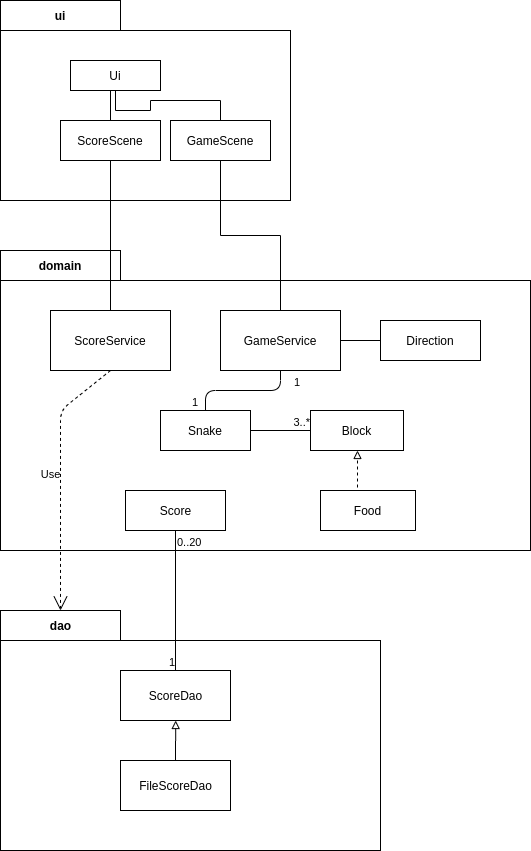
Above: dokumentaatio/kuvat/package.png in anadis504/ot-harjoitustyo (draw.io), before the change. Source tidied: cells renumbered, new cells last; positions are measured from the earlier drawing's top-left corner, leaving out a move shared by most shapes.
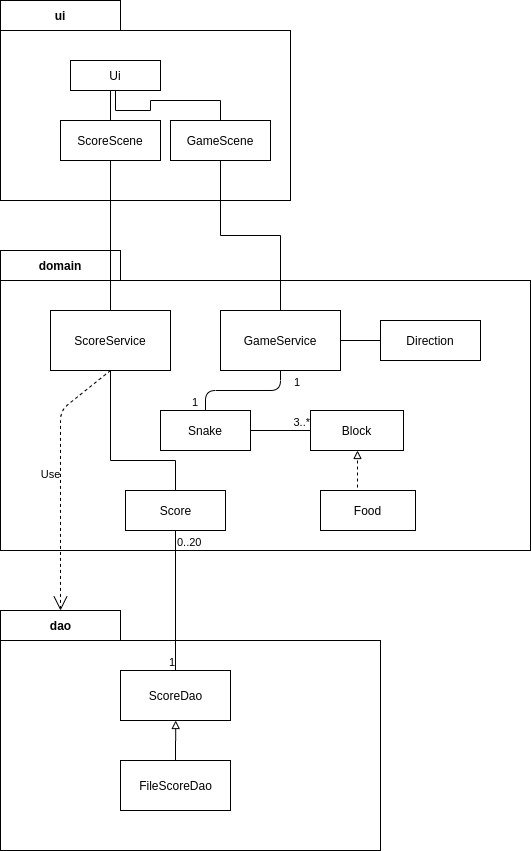
Above is the later version.

The edit, as a diff of the source:
```diff
@@ -77,6 +77,14 @@
         <mxPoint y="150" as="offset" />
       </mxGeometry>
     </mxCell>
+    <mxCell id="37" style="edgeStyle=orthogonalEdgeStyle;rounded=0;jettySize=auto;html=1;exitX=0.5;exitY=0;exitDx=0;exitDy=0;endArrow=none;endFill=0;" parent="1" edge="1" source="24" target="20">
+      <mxGeometry relative="1" as="geometry">
+        <Array as="points">
+          <mxPoint x="175" y="460" />
+          <mxPoint x="110" y="460" />
+        </Array>
+      </mxGeometry>
+    </mxCell>
     <mxCell id="24" value="Score" style="html=1;" parent="1" vertex="1">
       <mxGeometry x="125" y="490" width="100" height="40" as="geometry" />
     </mxCell>
```
